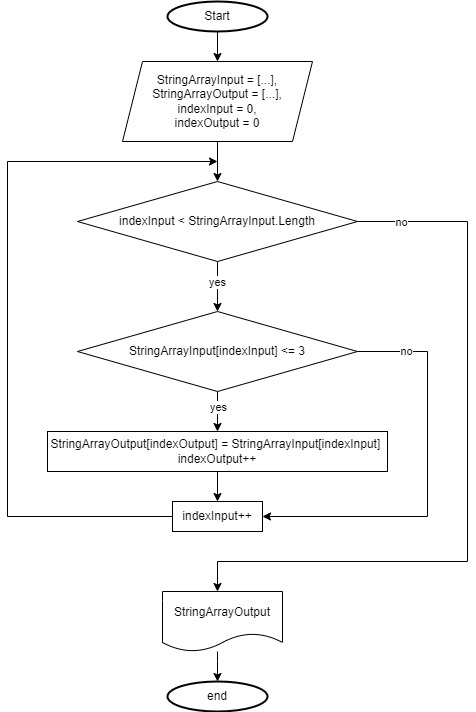
StepanZubin/FinalVerificationWork keeps this draw.io diagram as BlockDiagram.png. Above is the earlier version. Source tidied: cells renumbered, new cells last; positions are measured from the earlier drawing's top-left corner, leaving out a move shared by most shapes.
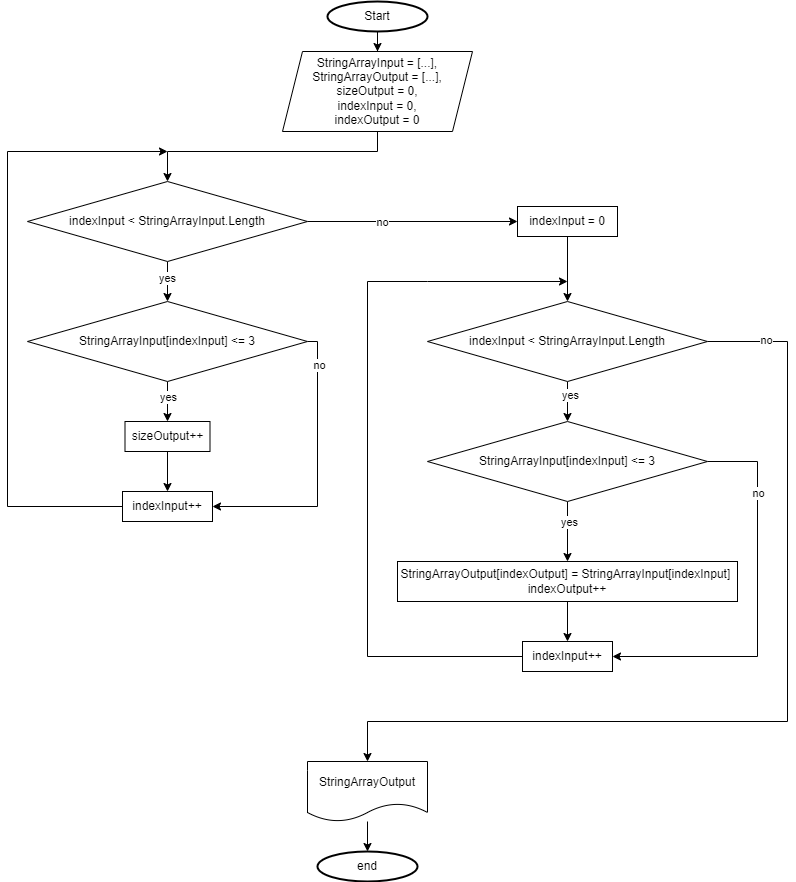
Later version of the same file.

Commit message:
add size calculation in Block Diagram

The edit, as a diff of the source:
```diff
@@ -2,90 +2,150 @@
   <root>
     <mxCell id="0" />
     <mxCell id="1" parent="0" />
-    <mxCell id="2" style="edgeStyle=orthogonalEdgeStyle;rounded=0;jettySize=auto;html=1;" parent="1" edge="1" source="3" target="6">
-      <mxGeometry relative="1" as="geometry" />
-    </mxCell>
+    <mxCell id="22" style="edgeStyle=orthogonalEdgeStyle;rounded=0;jettySize=auto;html=1;" parent="1" edge="1" source="3" target="24">
+      <mxGeometry relative="1" as="geometry" />
+    </mxCell>
     <mxCell id="3" value="Start" style="strokeWidth=2;html=1;shape=mxgraph.flowchart.start_1;whiteSpace=wrap;" parent="1" vertex="1">
       <mxGeometry x="160" width="100" height="30" as="geometry" />
     </mxCell>
     <mxCell id="4" value="end" style="strokeWidth=2;html=1;shape=mxgraph.flowchart.start_1;whiteSpace=wrap;" parent="1" vertex="1">
-      <mxGeometry x="160" y="680" width="100" height="30" as="geometry" />
+      <mxGeometry x="150" y="850" width="100" height="30" as="geometry" />
     </mxCell>
-    <mxCell id="5" style="edgeStyle=orthogonalEdgeStyle;rounded=0;jettySize=auto;html=1;" parent="1" edge="1" source="6" target="11">
-      <mxGeometry relative="1" as="geometry" />
-    </mxCell>
-    <mxCell id="6" value="StringArrayInput = [...],&lt;br&gt;StringArrayOutput = [...],&lt;br&gt;indexInput = 0,&lt;br&gt;indexOutput = 0" style="shape=parallelogram;perimeter=parallelogramPerimeter;whiteSpace=wrap;html=1;fixedSize=1;" parent="1" vertex="1">
-      <mxGeometry x="115" y="60" width="190" height="80" as="geometry" />
-    </mxCell>
-    <mxCell id="7" style="edgeStyle=orthogonalEdgeStyle;rounded=0;jettySize=auto;html=1;" parent="1" edge="1" source="11" target="16">
-      <mxGeometry relative="1" as="geometry" />
-    </mxCell>
-    <mxCell id="8" value="yes" style="edgeLabel;html=1;align=center;verticalAlign=middle;" parent="7" vertex="1">
-      <mxGeometry x="-0.2" y="-1" relative="1" as="geometry" />
-    </mxCell>
-    <mxCell id="9" style="edgeStyle=orthogonalEdgeStyle;rounded=0;jettySize=auto;html=1;" parent="1" edge="1" source="11" target="22">
-      <mxGeometry relative="1" as="geometry">
-        <Array as="points">
-          <mxPoint x="460" y="220" />
-          <mxPoint x="460" y="560" />
-          <mxPoint x="210" y="560" />
-        </Array>
-      </mxGeometry>
-    </mxCell>
-    <mxCell id="10" value="no" style="edgeLabel;html=1;align=center;verticalAlign=middle;" parent="9" vertex="1">
-      <mxGeometry x="-0.88" relative="1" as="geometry" />
-    </mxCell>
-    <mxCell id="11" value="indexInput &amp;lt; StringArrayInput.Length" style="rhombus;whiteSpace=wrap;html=1;" parent="1" vertex="1">
-      <mxGeometry x="70" y="180" width="280" height="80" as="geometry" />
-    </mxCell>
-    <mxCell id="12" style="edgeStyle=orthogonalEdgeStyle;rounded=0;jettySize=auto;html=1;" parent="1" edge="1" source="16" target="18">
-      <mxGeometry relative="1" as="geometry" />
-    </mxCell>
-    <mxCell id="13" value="yes" style="edgeLabel;html=1;align=center;verticalAlign=middle;" parent="12" vertex="1">
-      <mxGeometry x="-0.27" relative="1" as="geometry" />
-    </mxCell>
-    <mxCell id="14" style="edgeStyle=orthogonalEdgeStyle;rounded=0;jettySize=auto;html=1;entryX=1;entryY=0.5;entryDx=0;entryDy=0;" parent="1" edge="1" source="16" target="20">
-      <mxGeometry relative="1" as="geometry">
-        <Array as="points">
-          <mxPoint x="420" y="350" />
-          <mxPoint x="420" y="515" />
-        </Array>
-      </mxGeometry>
-    </mxCell>
-    <mxCell id="15" value="no" style="edgeLabel;html=1;align=center;verticalAlign=middle;" parent="14" vertex="1">
-      <mxGeometry x="-0.76" y="1" relative="1" as="geometry" />
-    </mxCell>
-    <mxCell id="16" value="StringArrayInput[indexInput] &amp;lt;= 3" style="rhombus;whiteSpace=wrap;html=1;" parent="1" vertex="1">
-      <mxGeometry x="70" y="310" width="280" height="80" as="geometry" />
-    </mxCell>
-    <mxCell id="17" style="edgeStyle=orthogonalEdgeStyle;rounded=0;jettySize=auto;html=1;" parent="1" edge="1" source="18" target="20">
-      <mxGeometry relative="1" as="geometry" />
-    </mxCell>
+    <mxCell id="23" style="edgeStyle=orthogonalEdgeStyle;rounded=0;jettySize=auto;html=1;" parent="1" edge="1" source="24" target="29">
+      <mxGeometry relative="1" as="geometry">
+        <Array as="points">
+          <mxPoint x="210" y="150" />
+          <mxPoint y="150" />
+        </Array>
+      </mxGeometry>
+    </mxCell>
+    <mxCell id="24" value="StringArrayInput = [...],&lt;br&gt;StringArrayOutput = [...],&lt;br&gt;sizeOutput = 0,&lt;br&gt;indexInput = 0,&lt;br&gt;indexOutput = 0" style="shape=parallelogram;perimeter=parallelogramPerimeter;whiteSpace=wrap;html=1;fixedSize=1;" parent="1" vertex="1">
+      <mxGeometry x="115" y="50" width="190" height="80" as="geometry" />
+    </mxCell>
+    <mxCell id="25" style="edgeStyle=orthogonalEdgeStyle;rounded=0;jettySize=auto;html=1;" parent="1" edge="1" source="29" target="34">
+      <mxGeometry relative="1" as="geometry" />
+    </mxCell>
+    <mxCell id="26" value="yes" style="edgeLabel;html=1;align=center;verticalAlign=middle;" parent="25" vertex="1">
+      <mxGeometry x="-0.2" y="-1" relative="1" as="geometry" />
+    </mxCell>
+    <mxCell id="27" style="edgeStyle=orthogonalEdgeStyle;rounded=0;jettySize=auto;html=1;" parent="1" edge="1" source="29" target="47">
+      <mxGeometry relative="1" as="geometry" />
+    </mxCell>
+    <mxCell id="28" value="no" style="edgeLabel;html=1;align=center;verticalAlign=middle;" parent="27" vertex="1">
+      <mxGeometry x="-0.3" relative="1" as="geometry" />
+    </mxCell>
+    <mxCell id="29" value="indexInput &amp;lt; StringArrayInput.Length" style="rhombus;whiteSpace=wrap;html=1;" parent="1" vertex="1">
+      <mxGeometry x="-140" y="180" width="280" height="80" as="geometry" />
+    </mxCell>
+    <mxCell id="30" style="edgeStyle=orthogonalEdgeStyle;rounded=0;jettySize=auto;html=1;" parent="1" edge="1" source="34" target="36">
+      <mxGeometry relative="1" as="geometry" />
+    </mxCell>
+    <mxCell id="31" value="yes" style="edgeLabel;html=1;align=center;verticalAlign=middle;" parent="30" vertex="1">
+      <mxGeometry x="-0.27" relative="1" as="geometry" />
+    </mxCell>
+    <mxCell id="32" style="edgeStyle=orthogonalEdgeStyle;rounded=0;jettySize=auto;html=1;entryX=1;entryY=0.5;entryDx=0;entryDy=0;" parent="1" edge="1" source="34" target="38">
+      <mxGeometry relative="1" as="geometry">
+        <Array as="points">
+          <mxPoint x="150" y="340" />
+          <mxPoint x="150" y="505" />
+        </Array>
+      </mxGeometry>
+    </mxCell>
+    <mxCell id="33" value="no" style="edgeLabel;html=1;align=center;verticalAlign=middle;" parent="32" vertex="1">
+      <mxGeometry x="-0.76" y="1" relative="1" as="geometry" />
+    </mxCell>
+    <mxCell id="34" value="StringArrayInput[indexInput] &amp;lt;= 3" style="rhombus;whiteSpace=wrap;html=1;" parent="1" vertex="1">
+      <mxGeometry x="-140" y="300" width="280" height="80" as="geometry" />
+    </mxCell>
+    <mxCell id="35" style="edgeStyle=orthogonalEdgeStyle;rounded=0;jettySize=auto;html=1;" parent="1" edge="1" source="36" target="38">
+      <mxGeometry relative="1" as="geometry" />
+    </mxCell>
+    <mxCell id="36" value="sizeOutput++" style="rounded=0;whiteSpace=wrap;html=1;" parent="1" vertex="1">
+      <mxGeometry x="-42.5" y="420" width="85" height="30" as="geometry" />
+    </mxCell>
+    <mxCell id="37" style="edgeStyle=orthogonalEdgeStyle;rounded=0;jettySize=auto;html=1;" parent="1" edge="1" source="38">
+      <mxGeometry relative="1" as="geometry">
+        <mxPoint y="150" as="targetPoint" />
+        <Array as="points">
+          <mxPoint x="-160" y="505" />
+          <mxPoint x="-160" y="150" />
+        </Array>
+      </mxGeometry>
+    </mxCell>
+    <mxCell id="38" value="indexInput++" style="rounded=0;whiteSpace=wrap;html=1;" parent="1" vertex="1">
+      <mxGeometry x="-45" y="490" width="90" height="30" as="geometry" />
+    </mxCell>
+    <mxCell id="39" style="edgeStyle=orthogonalEdgeStyle;rounded=0;jettySize=auto;html=1;" parent="1" edge="1" source="40" target="4">
+      <mxGeometry relative="1" as="geometry" />
+    </mxCell>
+    <mxCell id="40" value="StringArrayOutput" style="shape=document;whiteSpace=wrap;html=1;boundedLbl=1;" parent="1" vertex="1">
+      <mxGeometry x="140" y="760" width="120" height="60" as="geometry" />
+    </mxCell>
+    <mxCell id="41" style="edgeStyle=orthogonalEdgeStyle;rounded=0;jettySize=auto;html=1;entryX=0.5;entryY=0;entryDx=0;entryDy=0;" parent="1" edge="1" source="45" target="52">
+      <mxGeometry relative="1" as="geometry" />
+    </mxCell>
+    <mxCell id="42" value="yes" style="edgeLabel;html=1;align=center;verticalAlign=middle;" parent="41" vertex="1">
+      <mxGeometry x="-0.37" y="2" relative="1" as="geometry" />
+    </mxCell>
+    <mxCell id="43" style="edgeStyle=orthogonalEdgeStyle;rounded=0;jettySize=auto;html=1;entryX=0.5;entryY=0;entryDx=0;entryDy=0;" parent="1" edge="1" source="45" target="40">
+      <mxGeometry relative="1" as="geometry">
+        <Array as="points">
+          <mxPoint x="620" y="340" />
+          <mxPoint x="620" y="720" />
+          <mxPoint x="200" y="720" />
+        </Array>
+      </mxGeometry>
+    </mxCell>
+    <mxCell id="44" value="no" style="edgeLabel;html=1;align=center;verticalAlign=middle;" parent="43" vertex="1">
+      <mxGeometry x="-0.87" y="2" relative="1" as="geometry" />
+    </mxCell>
+    <mxCell id="45" value="indexInput &amp;lt; StringArrayInput.Length" style="rhombus;whiteSpace=wrap;html=1;" parent="1" vertex="1">
+      <mxGeometry x="260" y="300" width="280" height="80" as="geometry" />
+    </mxCell>
+    <mxCell id="46" style="edgeStyle=orthogonalEdgeStyle;rounded=0;jettySize=auto;html=1;entryX=0.5;entryY=0;entryDx=0;entryDy=0;" parent="1" edge="1" source="47" target="45">
+      <mxGeometry relative="1" as="geometry" />
+    </mxCell>
+    <mxCell id="47" value="indexInput = 0" style="whiteSpace=wrap;html=1;" parent="1" vertex="1">
+      <mxGeometry x="350" y="205" width="100" height="30" as="geometry" />
+    </mxCell>
+    <mxCell id="48" style="edgeStyle=orthogonalEdgeStyle;rounded=0;jettySize=auto;html=1;entryX=0.5;entryY=0;entryDx=0;entryDy=0;" parent="1" edge="1" source="52" target="18">
+      <mxGeometry relative="1" as="geometry" />
+    </mxCell>
+    <mxCell id="49" value="yes" style="edgeLabel;html=1;align=center;verticalAlign=middle;" parent="48" vertex="1">
+      <mxGeometry x="-0.32" y="1" relative="1" as="geometry" />
+    </mxCell>
+    <mxCell id="50" style="edgeStyle=orthogonalEdgeStyle;rounded=0;jettySize=auto;html=1;entryX=1;entryY=0.5;entryDx=0;entryDy=0;" parent="1" edge="1" source="52" target="55">
+      <mxGeometry relative="1" as="geometry">
+        <Array as="points">
+          <mxPoint x="590" y="460" />
+          <mxPoint x="590" y="655" />
+        </Array>
+      </mxGeometry>
+    </mxCell>
+    <mxCell id="51" value="no" style="edgeLabel;html=1;align=center;verticalAlign=middle;" parent="50" vertex="1">
+      <mxGeometry x="-0.58" relative="1" as="geometry" />
+    </mxCell>
+    <mxCell id="52" value="StringArrayInput[indexInput] &amp;lt;= 3" style="rhombus;whiteSpace=wrap;html=1;" parent="1" vertex="1">
+      <mxGeometry x="260" y="420" width="280" height="80" as="geometry" />
+    </mxCell>
+    <mxCell id="53" style="edgeStyle=orthogonalEdgeStyle;rounded=0;jettySize=auto;html=1;" parent="1" edge="1" source="18" target="55">
+      <mxGeometry relative="1" as="geometry" />
+    </mxCell>
     <mxCell id="18" value="StringArrayOutput[indexOutput] = StringArrayInput[indexInput]&amp;nbsp;&lt;br&gt;indexOutput++" style="rounded=0;whiteSpace=wrap;html=1;" parent="1" vertex="1">
-      <mxGeometry x="40" y="430" width="340" height="40" as="geometry" />
+      <mxGeometry x="230" y="560" width="340" height="40" as="geometry" />
     </mxCell>
-    <mxCell id="19" style="edgeStyle=orthogonalEdgeStyle;rounded=0;jettySize=auto;html=1;" parent="1" edge="1" source="20">
-      <mxGeometry relative="1" as="geometry">
-        <mxPoint x="210" y="160" as="targetPoint" />
-        <Array as="points">
-          <mxPoint y="515" />
-          <mxPoint y="160" />
-        </Array>
-      </mxGeometry>
-    </mxCell>
-    <mxCell id="20" value="indexInput++" style="rounded=0;whiteSpace=wrap;html=1;" parent="1" vertex="1">
-      <mxGeometry x="165" y="500" width="90" height="30" as="geometry" />
-    </mxCell>
-    <mxCell id="21" style="edgeStyle=orthogonalEdgeStyle;rounded=0;jettySize=auto;html=1;entryX=0.5;entryY=0;entryDx=0;entryDy=0;entryPerimeter=0;" parent="1" edge="1" source="22" target="4">
-      <mxGeometry relative="1" as="geometry">
-        <Array as="points">
-          <mxPoint x="210" y="660" />
-          <mxPoint x="210" y="660" />
-        </Array>
-      </mxGeometry>
-    </mxCell>
-    <mxCell id="22" value="StringArrayOutput" style="shape=document;whiteSpace=wrap;html=1;boundedLbl=1;" parent="1" vertex="1">
-      <mxGeometry x="155" y="590" width="120" height="60" as="geometry" />
-    </mxCell>
+    <mxCell id="54" style="edgeStyle=orthogonalEdgeStyle;rounded=0;jettySize=auto;html=1;" parent="1" edge="1" source="55">
+      <mxGeometry relative="1" as="geometry">
+        <mxPoint x="400" y="280" as="targetPoint" />
+        <Array as="points">
+          <mxPoint x="200" y="655" />
+          <mxPoint x="200" y="280" />
+          <mxPoint x="260" y="280" />
+        </Array>
+      </mxGeometry>
+    </mxCell>
+    <mxCell id="55" value="indexInput++" style="rounded=0;whiteSpace=wrap;html=1;" parent="1" vertex="1">
+      <mxGeometry x="355" y="640" width="90" height="30" as="geometry" />
+    </mxCell>
   </root>
 </mxGraphModel>
```
